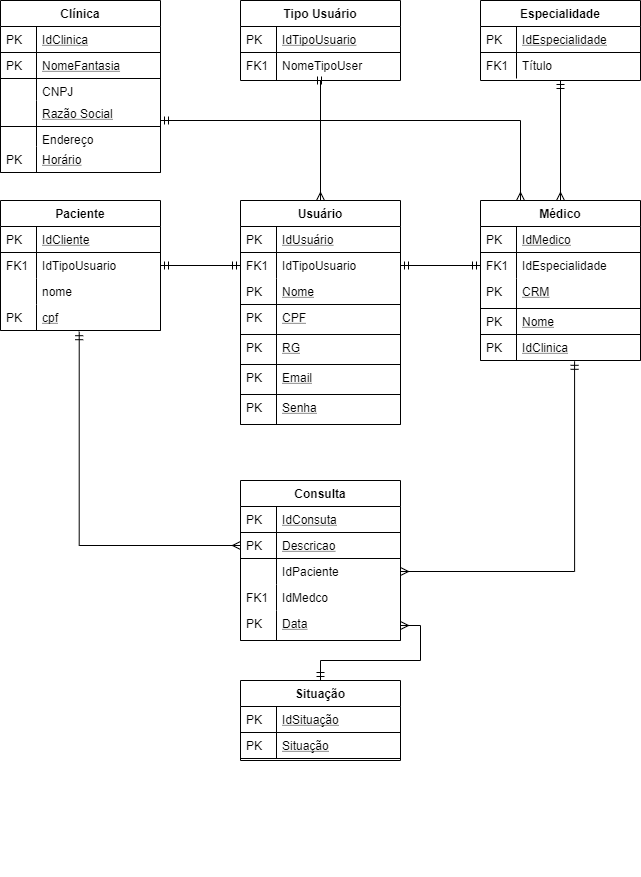
AnaLauraFeltrim/senai_spmedgroup_sprint1_bd_manha_AnaLaura keeps this draw.io diagram as MER/Modelo Lógico.png. Above is the earlier version. Source tidied: cells renumbered, new cells last; positions are measured from the earlier drawing's top-left corner, leaving out a move shared by most shapes.
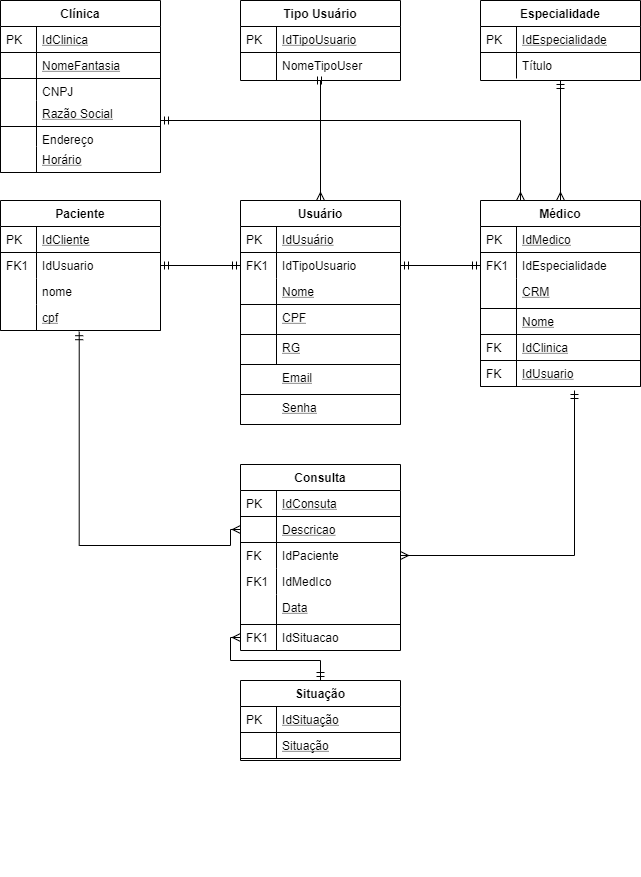
Above is the later version.

The edit, as a diff of the source:
```diff
@@ -16,3 +16,3 @@
     </mxCell>
-    <mxCell id="6" value="PK" style="shape=partialRectangle;top=0;left=0;bottom=0;fillColor=none;align=left;verticalAlign=top;spacingLeft=4;spacingRight=4;overflow=hidden;" parent="5" vertex="1">
+    <mxCell id="6" style="shape=partialRectangle;top=0;left=0;bottom=0;fillColor=none;align=left;verticalAlign=top;spacingLeft=4;spacingRight=4;overflow=hidden;" parent="5" vertex="1">
       <mxGeometry width="36" height="26" as="geometry" />
@@ -40,3 +40,3 @@
     </mxCell>
-    <mxCell id="14" value="PK" style="shape=partialRectangle;top=0;left=0;bottom=0;fillColor=none;align=left;verticalAlign=top;spacingLeft=4;spacingRight=4;overflow=hidden;" parent="13" vertex="1">
+    <mxCell id="14" style="shape=partialRectangle;top=0;left=0;bottom=0;fillColor=none;align=left;verticalAlign=top;spacingLeft=4;spacingRight=4;overflow=hidden;" parent="13" vertex="1">
       <mxGeometry width="36" height="26" as="geometry" />
@@ -44,3 +44,3 @@
     <mxCell id="15" value="Consulta" style="swimlane;fontStyle=1;horizontal=1;startSize=26;rounded=0;shadow=0;strokeWidth=1;" parent="1" vertex="1">
-      <mxGeometry x="240" y="480" width="160" height="160" as="geometry" />
+      <mxGeometry x="240" y="464" width="160" height="186" as="geometry" />
     </mxCell>
@@ -55,3 +55,3 @@
     </mxCell>
-    <mxCell id="19" value="PK" style="shape=partialRectangle;top=0;left=0;bottom=0;fillColor=none;align=left;verticalAlign=top;spacingLeft=4;spacingRight=4;overflow=hidden;" parent="18" vertex="1">
+    <mxCell id="19" style="shape=partialRectangle;top=0;left=0;bottom=0;fillColor=none;align=left;verticalAlign=top;spacingLeft=4;spacingRight=4;overflow=hidden;" parent="18" vertex="1">
       <mxGeometry width="36" height="26" as="geometry" />
@@ -61,6 +61,6 @@
     </mxCell>
-    <mxCell id="21" style="shape=partialRectangle;top=0;left=0;bottom=0;fillColor=none;align=left;verticalAlign=top;spacingLeft=4;spacingRight=4;overflow=hidden;" parent="20" vertex="1">
+    <mxCell id="21" value="FK" style="shape=partialRectangle;top=0;left=0;bottom=0;fillColor=none;align=left;verticalAlign=top;spacingLeft=4;spacingRight=4;overflow=hidden;" parent="20" vertex="1">
       <mxGeometry width="36" height="26" as="geometry" />
     </mxCell>
-    <mxCell id="22" value="IdMedco" style="shape=partialRectangle;top=0;left=0;right=0;bottom=0;align=left;verticalAlign=top;fillColor=none;spacingLeft=40;spacingRight=4;overflow=hidden;rounded=0;shadow=0;strokeWidth=1;" parent="15" vertex="1">
+    <mxCell id="22" value="IdMedIco" style="shape=partialRectangle;top=0;left=0;right=0;bottom=0;align=left;verticalAlign=top;fillColor=none;spacingLeft=40;spacingRight=4;overflow=hidden;rounded=0;shadow=0;strokeWidth=1;" parent="15" vertex="1">
       <mxGeometry y="104" width="160" height="26" as="geometry" />
@@ -73,5 +73,11 @@
     </mxCell>
-    <mxCell id="25" value="PK" style="shape=partialRectangle;top=0;left=0;bottom=0;fillColor=none;align=left;verticalAlign=top;spacingLeft=4;spacingRight=4;overflow=hidden;" parent="24" vertex="1">
+    <mxCell id="25" style="shape=partialRectangle;top=0;left=0;bottom=0;fillColor=none;align=left;verticalAlign=top;spacingLeft=4;spacingRight=4;overflow=hidden;" parent="24" vertex="1">
       <mxGeometry width="36" height="30" as="geometry" />
     </mxCell>
+    <mxCell id="85" value="IdSituacao&#10;" style="shape=partialRectangle;top=0;left=0;right=0;bottom=0;align=left;verticalAlign=top;fillColor=none;spacingLeft=40;spacingRight=4;overflow=hidden;points=[[0,0.5],[1,0.5]];portConstraint=eastwest;rounded=0;shadow=0;strokeWidth=1;" parent="15" vertex="1">
+      <mxGeometry y="160" width="160" height="26" as="geometry" />
+    </mxCell>
+    <mxCell id="86" value="FK1" style="shape=partialRectangle;top=0;left=0;bottom=0;fillColor=none;align=left;verticalAlign=top;spacingLeft=4;spacingRight=4;overflow=hidden;" parent="85" vertex="1">
+      <mxGeometry width="36" height="26" as="geometry" />
+    </mxCell>
     <mxCell id="26" value="Paciente" style="swimlane;fontStyle=1;horizontal=1;startSize=26;rounded=0;shadow=0;strokeWidth=1;" parent="1" vertex="1">
@@ -85,3 +91,3 @@
     </mxCell>
-    <mxCell id="29" value="IdTipoUsuario" style="shape=partialRectangle;top=0;left=0;right=0;bottom=0;align=left;verticalAlign=top;fillColor=none;spacingLeft=40;spacingRight=4;overflow=hidden;points=[[0,0.5],[1,0.5]];portConstraint=eastwest;rounded=0;shadow=0;strokeWidth=1;" parent="26" vertex="1">
+    <mxCell id="29" value="IdUsuario" style="shape=partialRectangle;top=0;left=0;right=0;bottom=0;align=left;verticalAlign=top;fillColor=none;spacingLeft=40;spacingRight=4;overflow=hidden;points=[[0,0.5],[1,0.5]];portConstraint=eastwest;rounded=0;shadow=0;strokeWidth=1;" parent="26" vertex="1">
       <mxGeometry y="52" width="160" height="26" as="geometry" />
@@ -100,3 +106,3 @@
     </mxCell>
-    <mxCell id="34" value="PK" style="shape=partialRectangle;top=0;left=0;bottom=0;fillColor=none;align=left;verticalAlign=top;spacingLeft=4;spacingRight=4;overflow=hidden;" parent="33" vertex="1">
+    <mxCell id="34" style="shape=partialRectangle;top=0;left=0;bottom=0;fillColor=none;align=left;verticalAlign=top;spacingLeft=4;spacingRight=4;overflow=hidden;" parent="33" vertex="1">
       <mxGeometry width="36" height="26" as="geometry" />
@@ -115,3 +121,3 @@
     </mxCell>
-    <mxCell id="39" value="FK1" style="shape=partialRectangle;top=0;left=0;bottom=0;fillColor=none;align=left;verticalAlign=top;spacingLeft=4;spacingRight=4;overflow=hidden;" parent="38" vertex="1">
+    <mxCell id="39" style="shape=partialRectangle;top=0;left=0;bottom=0;fillColor=none;align=left;verticalAlign=top;spacingLeft=4;spacingRight=4;overflow=hidden;" parent="38" vertex="1">
       <mxGeometry width="36" height="28" as="geometry" />
@@ -144,3 +150,3 @@
     </mxCell>
-    <mxCell id="47" value="PK" style="shape=partialRectangle;top=0;left=0;bottom=0;fillColor=none;align=left;verticalAlign=top;spacingLeft=4;spacingRight=4;overflow=hidden;" parent="46" vertex="1">
+    <mxCell id="47" style="shape=partialRectangle;top=0;left=0;bottom=0;fillColor=none;align=left;verticalAlign=top;spacingLeft=4;spacingRight=4;overflow=hidden;" parent="46" vertex="1">
       <mxGeometry width="36" height="26" as="geometry" />
@@ -150,3 +156,3 @@
     </mxCell>
-    <mxCell id="49" value="PK" style="shape=partialRectangle;top=0;left=0;bottom=0;fillColor=none;align=left;verticalAlign=top;spacingLeft=4;spacingRight=4;overflow=hidden;" parent="48" vertex="1">
+    <mxCell id="49" style="shape=partialRectangle;top=0;left=0;bottom=0;fillColor=none;align=left;verticalAlign=top;spacingLeft=4;spacingRight=4;overflow=hidden;" parent="48" vertex="1">
       <mxGeometry width="36" height="30" as="geometry" />
@@ -156,3 +162,3 @@
     </mxCell>
-    <mxCell id="51" value="PK" style="shape=partialRectangle;top=0;left=0;bottom=0;fillColor=none;align=left;verticalAlign=top;spacingLeft=4;spacingRight=4;overflow=hidden;" parent="50" vertex="1">
+    <mxCell id="51" style="shape=partialRectangle;top=0;left=0;bottom=0;fillColor=none;align=left;verticalAlign=top;spacingLeft=4;spacingRight=4;overflow=hidden;" parent="50" vertex="1">
       <mxGeometry width="36" height="30" as="geometry" />
@@ -162,5 +168,2 @@
     </mxCell>
-    <mxCell id="53" value="PK" style="shape=partialRectangle;top=0;left=0;bottom=0;fillColor=none;align=left;verticalAlign=top;spacingLeft=4;spacingRight=4;overflow=hidden;" parent="52" vertex="1">
-      <mxGeometry width="36" height="30" as="geometry" />
-    </mxCell>
     <mxCell id="54" value="Senha" style="shape=partialRectangle;top=0;left=0;right=0;bottom=1;align=left;verticalAlign=top;fillColor=none;spacingLeft=40;spacingRight=4;overflow=hidden;rounded=0;shadow=0;strokeWidth=1;fontStyle=4;" parent="41" vertex="1">
@@ -168,5 +171,2 @@
     </mxCell>
-    <mxCell id="55" value="PK" style="shape=partialRectangle;top=0;left=0;bottom=0;fillColor=none;align=left;verticalAlign=top;spacingLeft=4;spacingRight=4;overflow=hidden;" parent="54" vertex="1">
-      <mxGeometry width="36" height="30" as="geometry" />
-    </mxCell>
     <mxCell id="56" style="edgeStyle=orthogonalEdgeStyle;rounded=0;jettySize=auto;html=1;exitX=0.5;exitY=0;exitDx=0;exitDy=0;entryX=0.5;entryY=1;entryDx=0;entryDy=0;startArrow=ERmany;startFill=0;endArrow=ERmandOne;endFill=0;" parent="1" edge="1" source="58" target="69">
@@ -184,3 +184,3 @@
     <mxCell id="58" value="Médico" style="swimlane;fontStyle=1;horizontal=1;startSize=26;rounded=0;shadow=0;strokeWidth=1;" parent="1" vertex="1">
-      <mxGeometry x="480" y="200" width="160" height="160" as="geometry" />
+      <mxGeometry x="480" y="200" width="160" height="186" as="geometry" />
     </mxCell>
@@ -201,3 +201,3 @@
     </mxCell>
-    <mxCell id="64" value="PK" style="shape=partialRectangle;top=0;left=0;bottom=0;fillColor=none;align=left;verticalAlign=top;spacingLeft=4;spacingRight=4;overflow=hidden;" parent="63" vertex="1">
+    <mxCell id="64" style="shape=partialRectangle;top=0;left=0;bottom=0;fillColor=none;align=left;verticalAlign=top;spacingLeft=4;spacingRight=4;overflow=hidden;" parent="63" vertex="1">
       <mxGeometry width="36" height="30" as="geometry" />
@@ -207,3 +207,3 @@
     </mxCell>
-    <mxCell id="66" value="PK" style="shape=partialRectangle;top=0;left=0;bottom=0;fillColor=none;align=left;verticalAlign=top;spacingLeft=4;spacingRight=4;overflow=hidden;" parent="65" vertex="1">
+    <mxCell id="66" style="shape=partialRectangle;top=0;left=0;bottom=0;fillColor=none;align=left;verticalAlign=top;spacingLeft=4;spacingRight=4;overflow=hidden;" parent="65" vertex="1">
       <mxGeometry width="36" height="26" as="geometry" />
@@ -213,5 +213,11 @@
     </mxCell>
-    <mxCell id="68" value="PK" style="shape=partialRectangle;top=0;left=0;bottom=0;fillColor=none;align=left;verticalAlign=top;spacingLeft=4;spacingRight=4;overflow=hidden;" parent="67" vertex="1">
+    <mxCell id="68" value="FK" style="shape=partialRectangle;top=0;left=0;bottom=0;fillColor=none;align=left;verticalAlign=top;spacingLeft=4;spacingRight=4;overflow=hidden;" parent="67" vertex="1">
       <mxGeometry width="36" height="26" as="geometry" />
     </mxCell>
+    <mxCell id="87" value="IdUsuario" style="shape=partialRectangle;top=0;left=0;right=0;bottom=1;align=left;verticalAlign=top;fillColor=none;spacingLeft=40;spacingRight=4;overflow=hidden;rounded=0;shadow=0;strokeWidth=1;fontStyle=4;" parent="58" vertex="1">
+      <mxGeometry y="160" width="160" height="26" as="geometry" />
+    </mxCell>
+    <mxCell id="88" value="FK" style="shape=partialRectangle;top=0;left=0;bottom=0;fillColor=none;align=left;verticalAlign=top;spacingLeft=4;spacingRight=4;overflow=hidden;" parent="87" vertex="1">
+      <mxGeometry width="36" height="26" as="geometry" />
+    </mxCell>
     <mxCell id="69" value="Especialidade" style="swimlane;fontStyle=1;horizontal=1;startSize=26;rounded=0;shadow=0;strokeWidth=1;" parent="1" vertex="1">
@@ -228,3 +234,3 @@
     </mxCell>
-    <mxCell id="73" value="FK1" style="shape=partialRectangle;top=0;left=0;bottom=0;fillColor=none;align=left;verticalAlign=top;spacingLeft=4;spacingRight=4;overflow=hidden;" parent="72" vertex="1">
+    <mxCell id="73" style="shape=partialRectangle;top=0;left=0;bottom=0;fillColor=none;align=left;verticalAlign=top;spacingLeft=4;spacingRight=4;overflow=hidden;" parent="72" vertex="1">
       <mxGeometry width="36" height="26" as="geometry" />
@@ -246,3 +252,3 @@
     </mxCell>
-    <mxCell id="79" value="PK" style="shape=partialRectangle;top=0;left=0;bottom=0;fillColor=none;align=left;verticalAlign=top;spacingLeft=4;spacingRight=4;overflow=hidden;" parent="78" vertex="1">
+    <mxCell id="79" style="shape=partialRectangle;top=0;left=0;bottom=0;fillColor=none;align=left;verticalAlign=top;spacingLeft=4;spacingRight=4;overflow=hidden;" parent="78" vertex="1">
       <mxGeometry width="36" height="26" as="geometry" />
@@ -258,2 +264,4 @@
         <Array as="points">
+          <mxPoint x="230" y="529" />
+          <mxPoint x="230" y="545" />
           <mxPoint x="79" y="545" />
@@ -262,10 +270,12 @@
     </mxCell>
-    <mxCell id="83" style="edgeStyle=orthogonalEdgeStyle;rounded=0;jettySize=auto;html=1;exitX=1;exitY=0.5;exitDx=0;exitDy=0;entryX=0.588;entryY=1.031;entryDx=0;entryDy=0;entryPerimeter=0;startArrow=ERmany;startFill=0;endArrow=ERmandOne;endFill=0;" parent="1" edge="1" source="20" target="67">
-      <mxGeometry relative="1" as="geometry" />
+    <mxCell id="83" style="edgeStyle=orthogonalEdgeStyle;rounded=0;jettySize=auto;html=1;exitX=1;exitY=0.5;exitDx=0;exitDy=0;startArrow=ERmany;startFill=0;endArrow=ERmandOne;endFill=0;" parent="1" edge="1" source="20">
+      <mxGeometry relative="1" as="geometry">
+        <mxPoint x="574" y="390" as="targetPoint" />
+      </mxGeometry>
     </mxCell>
-    <mxCell id="84" style="edgeStyle=orthogonalEdgeStyle;rounded=0;jettySize=auto;html=1;exitX=1;exitY=0.5;exitDx=0;exitDy=0;startArrow=ERmany;startFill=0;endArrow=ERmandOne;endFill=0;" parent="1" edge="1" source="24" target="75">
+    <mxCell id="84" style="edgeStyle=orthogonalEdgeStyle;rounded=0;jettySize=auto;html=1;exitX=0;exitY=0.5;exitDx=0;exitDy=0;startArrow=ERmany;startFill=0;endArrow=ERmandOne;endFill=0;" parent="1" edge="1" source="85" target="75">
       <mxGeometry relative="1" as="geometry">
         <Array as="points">
-          <mxPoint x="420" y="625" />
-          <mxPoint x="420" y="660" />
+          <mxPoint x="230" y="637" />
+          <mxPoint x="230" y="660" />
           <mxPoint x="320" y="660" />
```
